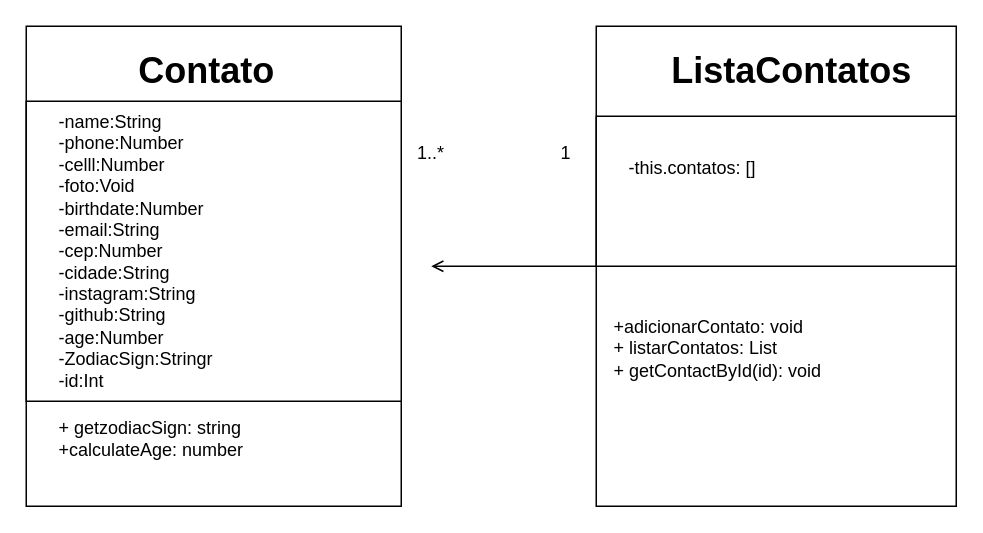
This is teste.drawio from thaynavazzoler/Agendatelefonica, a draw.io file, before an edit. Source tidied: cells renumbered, new cells numbered last; positions are measured from the earlier drawing's top-left corner, leaving out a move shared by most shapes. Both pictures are drawn from the tidied source at 150%, with x=0, y=0 at pixel (26, 26).
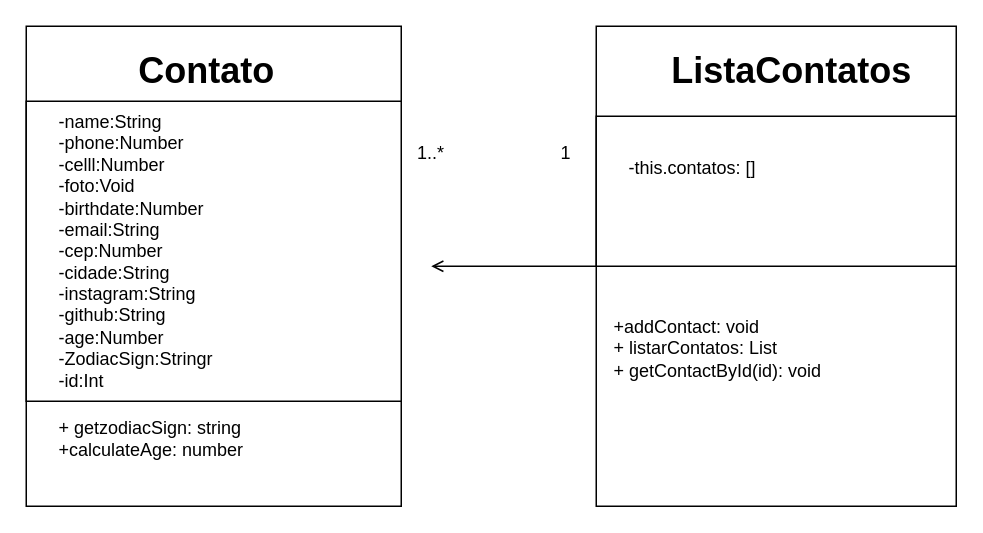
The same page after the edit.

Diff of the diagram source:
```diff
@@
 <mxGraphModel>
   <root>
     <mxCell id="0" />
     <mxCell id="1" parent="0" />
     <mxCell id="2" style="edgeStyle=none;html=1;endArrow=open;endFill=0;" parent="1" edge="1" source="3">
       <mxGeometry relative="1" as="geometry">
         <mxPoint x="270" y="160" as="targetPoint" />
       </mxGeometry>
     </mxCell>
     <mxCell id="3" style="rounded=0;whiteSpace=wrap;html=1;" parent="1" vertex="1">
       <mxGeometry x="380" width="240" height="320" as="geometry" />
     </mxCell>
     <mxCell id="4" style="rounded=0;whiteSpace=wrap;html=1;" parent="1" vertex="1">
       <mxGeometry width="250" height="320" as="geometry" />
     </mxCell>
     <mxCell id="5" value="+ getzodiacSign: string&lt;br&gt;+calculateAge: number" style="text;html=1;strokeColor=none;fillColor=none;align=left;verticalAlign=middle;whiteSpace=wrap;rounded=0;" parent="1" vertex="1">
       <mxGeometry x="20" y="250" width="210" height="50" as="geometry" />
     </mxCell>
     <mxCell id="6" style="rounded=0;whiteSpace=wrap;html=1;" parent="1" vertex="1">
       <mxGeometry y="50" width="250" height="200" as="geometry" />
     </mxCell>
     <mxCell id="7" style="rounded=0;whiteSpace=wrap;html=1;" parent="1" vertex="1">
       <mxGeometry x="380" y="60" width="240" height="100" as="geometry" />
     </mxCell>
     <mxCell id="8" value="-name:String&lt;br&gt;-phone:Number&lt;br&gt;-celll:Number&lt;br&gt;-foto:Void&lt;br&gt;-birthdate:Number&lt;br&gt;-email:String&lt;br&gt;-cep:Number&lt;br&gt;-cidade:String&lt;br&gt;-instagram:String&lt;br&gt;-github:String&lt;br&gt;-age:Number&lt;br&gt;-ZodiacSign:Stringr&lt;br&gt;-id:Int" style="text;html=1;strokeColor=none;fillColor=none;align=left;verticalAlign=middle;whiteSpace=wrap;rounded=0;" parent="1" vertex="1">
       <mxGeometry x="20" y="50" width="180" height="200" as="geometry" />
     </mxCell>
     <mxCell id="9" value="-this.contatos: []" style="text;html=1;strokeColor=none;fillColor=none;align=left;verticalAlign=middle;whiteSpace=wrap;rounded=0;" parent="1" vertex="1">
       <mxGeometry x="400" y="80" width="170" height="30" as="geometry" />
     </mxCell>
-    <mxCell id="10" value="+adicionarContato: void&lt;br&gt;+&amp;nbsp;listarContatos: List&lt;br&gt;+&amp;nbsp;getContactById(id): void" style="text;html=1;strokeColor=none;fillColor=none;align=left;verticalAlign=middle;whiteSpace=wrap;rounded=0;" parent="1" vertex="1">
+    <mxCell id="10" value="&lt;span style=&quot;background-color: initial;&quot;&gt;+addContact: void&lt;/span&gt;&lt;br&gt;+&amp;nbsp;listarContatos: List&lt;br&gt;+&amp;nbsp;getContactById(id): void" style="text;html=1;strokeColor=none;fillColor=none;align=left;verticalAlign=middle;whiteSpace=wrap;rounded=0;" parent="1" vertex="1">
       <mxGeometry x="390" y="170" width="230" height="90" as="geometry" />
     </mxCell>
     <mxCell id="11" value="Contato" style="text;strokeColor=none;fillColor=none;html=1;fontSize=24;fontStyle=1;verticalAlign=middle;align=center;" parent="1" vertex="1">
       <mxGeometry x="70" y="10" width="100" height="40" as="geometry" />
     </mxCell>
     <mxCell id="12" value="ListaContatos" style="text;strokeColor=none;fillColor=none;html=1;fontSize=24;fontStyle=1;verticalAlign=middle;align=center;" parent="1" vertex="1">
       <mxGeometry x="460" y="10" width="100" height="40" as="geometry" />
     </mxCell>
     <mxCell id="13" value="1..*" style="text;html=1;strokeColor=none;fillColor=none;align=center;verticalAlign=middle;whiteSpace=wrap;rounded=0;" parent="1" vertex="1">
       <mxGeometry x="240" y="70" width="60" height="30" as="geometry" />
     </mxCell>
     <mxCell id="14" value="1" style="text;html=1;strokeColor=none;fillColor=none;align=center;verticalAlign=middle;whiteSpace=wrap;rounded=0;" parent="1" vertex="1">
       <mxGeometry x="330" y="70" width="60" height="30" as="geometry" />
     </mxCell>
   </root>
 </mxGraphModel>
```
